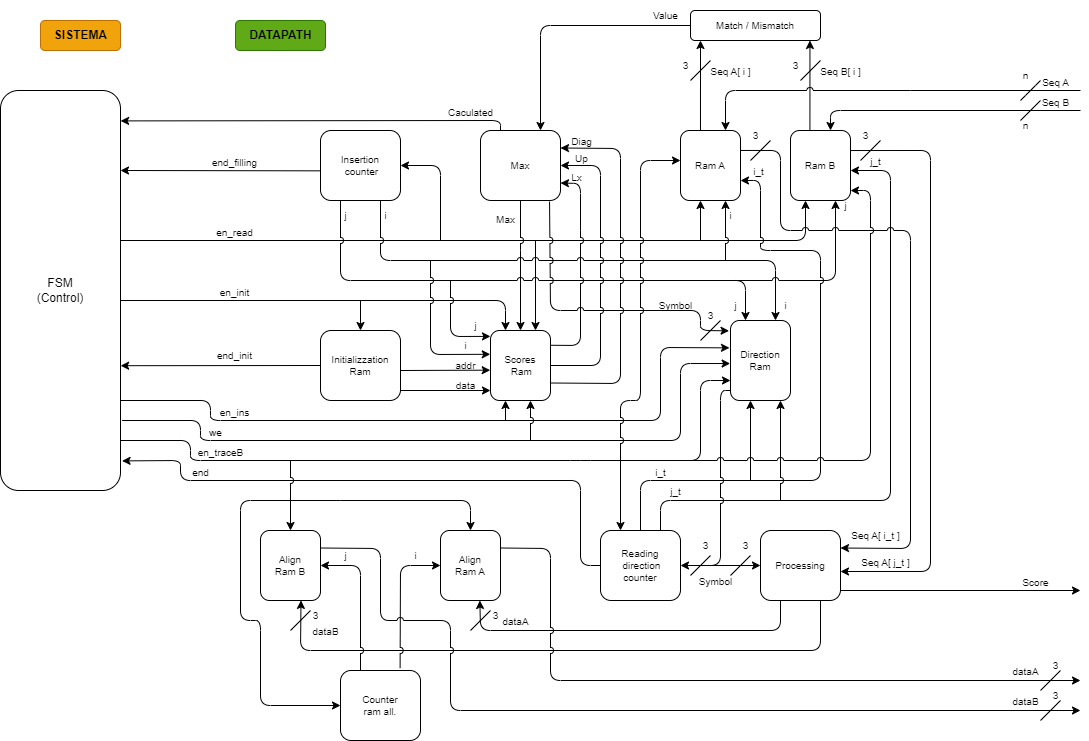
Earlier version of the draw.io export System_Schematic.drawio.png (Dani-Picciau/NW_algorithm). Source tidied: cells renumbered, new cells last; positions are measured from the earlier drawing's top-left corner, leaving out a move shared by most shapes.
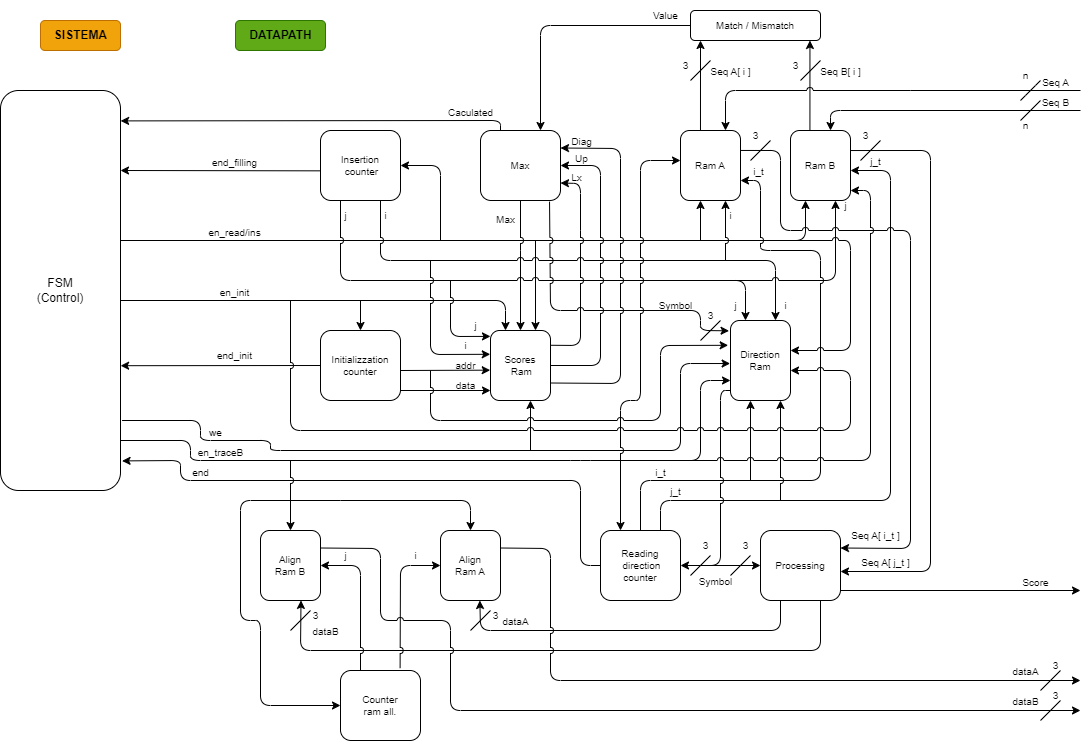
The same file after the commit.

Commit message:
Modifica del datapath per poter gestire meglio la ram direzioni

Diff of the diagram source:
```diff
@@ -1,4 +1,4 @@
-<mxGraphModel background="#ffffff">
+<mxGraphModel>
   <root>
     <mxCell id="0" />
     <mxCell id="1" parent="0" />
@@ -89,8 +89,8 @@
         </Array>
       </mxGeometry>
     </mxCell>
-    <mxCell id="23" value="en_read" style="text;html=1;align=center;verticalAlign=top;strokeColor=none;fillColor=none;fontSize=10;strokeWidth=1;rounded=1;" parent="1" vertex="1">
-      <mxGeometry x="204" y="220" width="60" height="30" as="geometry" />
+    <mxCell id="23" value="en_read/ins" style="text;html=1;align=center;verticalAlign=top;strokeColor=none;fillColor=none;fontSize=10;strokeWidth=1;rounded=1;" parent="1" vertex="1">
+      <mxGeometry x="194" y="220" width="80" height="30" as="geometry" />
     </mxCell>
     <mxCell id="24" style="endArrow=classic;html=1;strokeWidth=1;fontSize=10;entryX=1;entryY=0.75;entryDx=0;entryDy=0;" parent="1" edge="1" target="4">
       <mxGeometry relative="1" as="geometry">
@@ -279,7 +279,7 @@
     <mxCell id="58" value="i" style="text;html=1;align=center;verticalAlign=middle;strokeColor=none;fillColor=none;fontSize=10;rounded=1;" parent="1" vertex="1">
       <mxGeometry x="450" y="330" width="30" height="30" as="geometry" />
     </mxCell>
-    <mxCell id="59" value="Initializzation Ram" style="rounded=1;whiteSpace=wrap;html=1;strokeWidth=1;fontSize=10;" parent="1" vertex="1">
+    <mxCell id="59" value="Initializzation counter" style="rounded=1;whiteSpace=wrap;html=1;strokeWidth=1;fontSize=10;" parent="1" vertex="1">
       <mxGeometry x="320" y="330" width="80" height="70" as="geometry" />
     </mxCell>
     <mxCell id="60" style="endArrow=classic;html=1;rounded=1;strokeWidth=1;fontSize=10;fontColor=#000000;fillColor=none;jumpStyle=arc;entryX=0.5;entryY=0;entryDx=0;entryDy=0;" parent="1" edge="1" target="59">
@@ -305,22 +305,14 @@
     <mxCell id="64" value="FSM&lt;br&gt;(Control)" style="rounded=1;whiteSpace=wrap;html=1;" parent="1" vertex="1">
       <mxGeometry y="90" width="120" height="400" as="geometry" />
     </mxCell>
-    <mxCell id="65" style="endArrow=classic;html=1;entryX=-0.017;entryY=0.342;entryDx=0;entryDy=0;entryPerimeter=0;exitX=1;exitY=0.775;exitDx=0;exitDy=0;exitPerimeter=0;" parent="1" edge="1" source="64" target="34">
-      <mxGeometry relative="1" as="geometry">
-        <Array as="points">
-          <mxPoint x="210" y="400" />
-          <mxPoint x="210" y="420" />
-          <mxPoint x="660" y="420" />
-          <mxPoint x="660" y="347" />
-        </Array>
-      </mxGeometry>
-    </mxCell>
     <mxCell id="66" style="endArrow=classic;html=1;entryX=-0.006;entryY=0.538;entryDx=0;entryDy=0;entryPerimeter=0;exitX=1.013;exitY=0.825;exitDx=0;exitDy=0;exitPerimeter=0;" parent="1" edge="1" source="64" target="34">
       <mxGeometry relative="1" as="geometry">
         <Array as="points">
           <mxPoint x="200" y="420" />
           <mxPoint x="200" y="440" />
-          <mxPoint x="680" y="440" />
+          <mxPoint x="270" y="440" />
+          <mxPoint x="270" y="450" />
+          <mxPoint x="680" y="450" />
           <mxPoint x="680" y="363" />
         </Array>
       </mxGeometry>
@@ -338,15 +330,10 @@
     </mxCell>
     <mxCell id="68" style="endArrow=classic;html=1;jumpStyle=arc;" parent="1" edge="1">
       <mxGeometry relative="1" as="geometry">
-        <mxPoint x="530" y="440" as="sourcePoint" />
+        <mxPoint x="530" y="450" as="sourcePoint" />
         <mxPoint x="530" y="400" as="targetPoint" />
       </mxGeometry>
     </mxCell>
-    <mxCell id="69" style="endArrow=classic;html=1;jumpStyle=arc;entryX=0.25;entryY=1;entryDx=0;entryDy=0;" parent="1" edge="1" target="26">
-      <mxGeometry relative="1" as="geometry">
-        <mxPoint x="505" y="420" as="sourcePoint" />
-      </mxGeometry>
-    </mxCell>
     <mxCell id="70" value="Reading&lt;br&gt;&amp;nbsp;direction &lt;br&gt;counter" style="rounded=1;whiteSpace=wrap;html=1;strokeWidth=1;fontSize=10;" parent="1" vertex="1">
       <mxGeometry x="600" y="530" width="80" height="70" as="geometry" />
     </mxCell>
@@ -432,9 +419,6 @@
         <mxPoint x="750" y="400" as="targetPoint" />
       </mxGeometry>
     </mxCell>
-    <mxCell id="86" value="en_ins" style="text;html=1;align=center;verticalAlign=top;strokeColor=none;fillColor=none;fontSize=10;" parent="1" vertex="1">
-      <mxGeometry x="209" y="400" width="50" height="30" as="geometry" />
-    </mxCell>
     <mxCell id="87" value="we" style="text;html=1;align=center;verticalAlign=top;strokeColor=none;fillColor=none;fontSize=10;" parent="1" vertex="1">
       <mxGeometry x="195" y="420" width="40" height="30" as="geometry" />
     </mxCell>
@@ -742,5 +726,37 @@
         </Array>
       </mxGeometry>
     </mxCell>
+    <mxCell id="146" style="endArrow=classic;html=1;entryX=-0.039;entryY=0.31;entryDx=0;entryDy=0;entryPerimeter=0;jumpStyle=arc;" parent="1" edge="1" target="34">
+      <mxGeometry relative="1" as="geometry">
+        <mxPoint x="430" y="370" as="sourcePoint" />
+        <Array as="points">
+          <mxPoint x="430" y="420" />
+          <mxPoint x="580" y="420" />
+          <mxPoint x="660" y="420" />
+          <mxPoint x="660" y="345" />
+        </Array>
+      </mxGeometry>
+    </mxCell>
+    <mxCell id="147" style="endArrow=classic;html=1;jumpStyle=arc;" parent="1" edge="1">
+      <mxGeometry relative="1" as="geometry">
+        <mxPoint x="790" y="240" as="sourcePoint" />
+        <mxPoint x="790" y="350" as="targetPoint" />
+        <Array as="points">
+          <mxPoint x="850" y="240" />
+          <mxPoint x="850" y="350" />
+        </Array>
+      </mxGeometry>
+    </mxCell>
+    <mxCell id="148" style="endArrow=classic;html=1;jumpStyle=arc;" parent="1" edge="1">
+      <mxGeometry relative="1" as="geometry">
+        <mxPoint x="290" y="300" as="sourcePoint" />
+        <mxPoint x="790" y="370" as="targetPoint" />
+        <Array as="points">
+          <mxPoint x="290" y="430" />
+          <mxPoint x="850" y="430" />
+          <mxPoint x="850" y="370" />
+        </Array>
+      </mxGeometry>
+    </mxCell>
   </root>
 </mxGraphModel>
```
